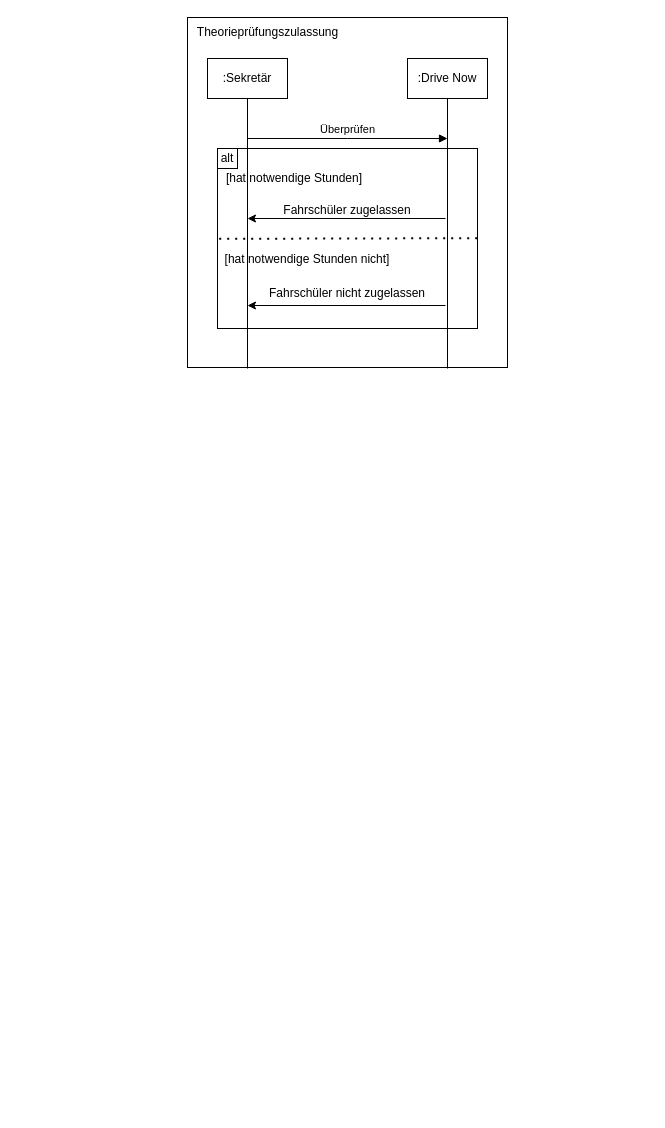
Earlier version of the draw.io diagram driveNow.drawio (DseaKu/drawIO). Source tidied: cells renumbered, new cells numbered last; positions are measured from the earlier drawing's top-left corner, leaving out a move shared by most shapes. Both pictures are drawn from the tidied source at 100%, with x=0, y=0 at pixel (187, 17).
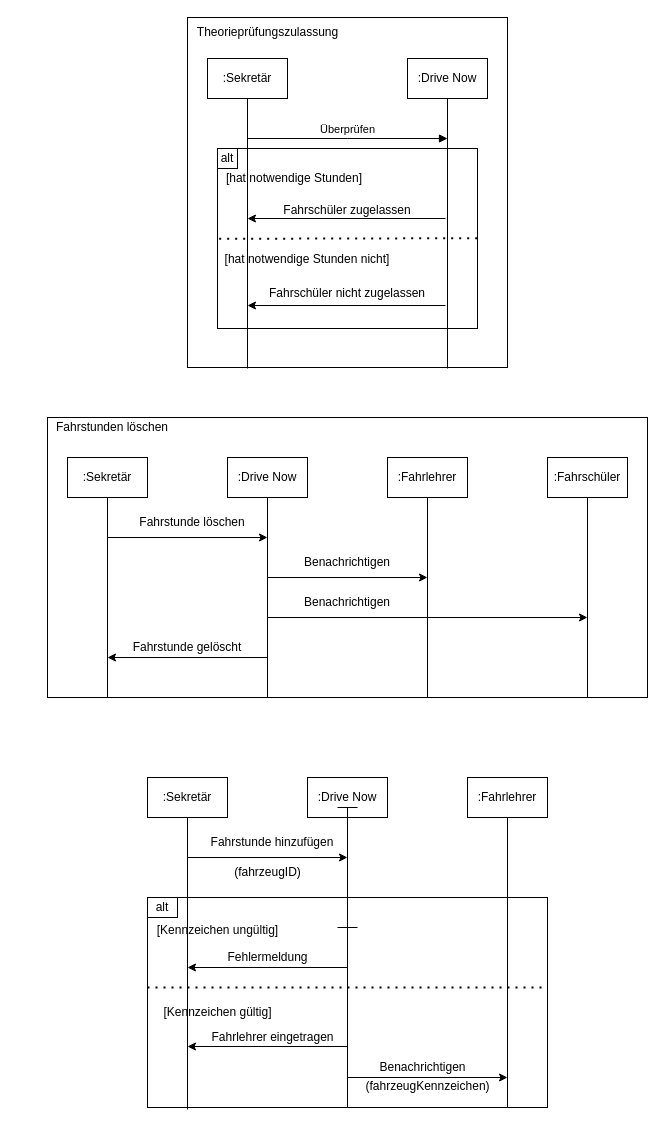
Above is the later version.

Diff of the diagram source:
```diff
@@
+    <mxCell id="19" style="rounded=0;whiteSpace=wrap;html=1;fillColor=none;" parent="1" vertex="1">
+      <mxGeometry x="-40" y="880" width="400" height="210" as="geometry" />
+    </mxCell>
@@
+    <mxCell id="20" value=":Sekretär" style="rounded=0;whiteSpace=wrap;html=1;" parent="1" vertex="1">
+      <mxGeometry x="-120" y="440" width="80" height="40" as="geometry" />
+    </mxCell>
+    <mxCell id="21" style="endArrow=none;html=1;rounded=0;entryX=0.5;entryY=1;entryDx=0;entryDy=0;" parent="1" edge="1" target="20">
+      <mxGeometry relative="1" as="geometry">
+        <mxPoint x="-80" y="680" as="sourcePoint" />
+      </mxGeometry>
+    </mxCell>
+    <mxCell id="22" value=":Drive Now" style="rounded=0;whiteSpace=wrap;html=1;" parent="1" vertex="1">
+      <mxGeometry x="40" y="440" width="80" height="40" as="geometry" />
+    </mxCell>
+    <mxCell id="23" style="endArrow=none;html=1;rounded=0;entryX=0.5;entryY=1;entryDx=0;entryDy=0;" parent="1" edge="1" target="22">
+      <mxGeometry relative="1" as="geometry">
+        <mxPoint x="80" y="680" as="sourcePoint" />
+      </mxGeometry>
+    </mxCell>
+    <mxCell id="24" value=":Fahrlehrer" style="rounded=0;whiteSpace=wrap;html=1;" parent="1" vertex="1">
+      <mxGeometry x="200" y="440" width="80" height="40" as="geometry" />
+    </mxCell>
+    <mxCell id="25" style="endArrow=none;html=1;rounded=0;entryX=0.5;entryY=1;entryDx=0;entryDy=0;" parent="1" edge="1" target="24">
+      <mxGeometry relative="1" as="geometry">
+        <mxPoint x="240" y="680" as="sourcePoint" />
+      </mxGeometry>
+    </mxCell>
+    <mxCell id="26" value=":Fahrschüler" style="rounded=0;whiteSpace=wrap;html=1;" parent="1" vertex="1">
+      <mxGeometry x="360" y="440" width="80" height="40" as="geometry" />
+    </mxCell>
+    <mxCell id="27" style="endArrow=none;html=1;rounded=0;entryX=0.5;entryY=1;entryDx=0;entryDy=0;" parent="1" edge="1" target="26">
+      <mxGeometry relative="1" as="geometry">
+        <mxPoint x="400" y="680" as="sourcePoint" />
+      </mxGeometry>
+    </mxCell>
+    <mxCell id="28" style="endArrow=classic;html=1;rounded=0;" parent="1" edge="1">
+      <mxGeometry relative="1" as="geometry">
+        <mxPoint x="-80" y="520" as="sourcePoint" />
+        <mxPoint x="80" y="520" as="targetPoint" />
+      </mxGeometry>
+    </mxCell>
+    <mxCell id="29" style="endArrow=classic;html=1;rounded=0;" parent="1" edge="1">
+      <mxGeometry relative="1" as="geometry">
+        <mxPoint x="80" y="560" as="sourcePoint" />
+        <mxPoint x="240" y="560" as="targetPoint" />
+      </mxGeometry>
+    </mxCell>
+    <mxCell id="30" style="endArrow=classic;html=1;rounded=0;" parent="1" edge="1">
+      <mxGeometry relative="1" as="geometry">
+        <mxPoint x="80" y="600" as="sourcePoint" />
+        <mxPoint x="400" y="600" as="targetPoint" />
+      </mxGeometry>
+    </mxCell>
+    <mxCell id="31" style="endArrow=classic;html=1;rounded=0;" parent="1" edge="1">
+      <mxGeometry relative="1" as="geometry">
+        <mxPoint x="80" y="640" as="sourcePoint" />
+        <mxPoint x="-80" y="640" as="targetPoint" />
+      </mxGeometry>
+    </mxCell>
+    <mxCell id="32" style="rounded=0;whiteSpace=wrap;html=1;fillColor=none;" parent="1" vertex="1">
+      <mxGeometry x="-140" y="400" width="600" height="280" as="geometry" />
+    </mxCell>
+    <mxCell id="33" value="Fahrstunden löschen" style="text;html=1;strokeColor=none;fillColor=none;align=center;verticalAlign=middle;whiteSpace=wrap;rounded=0;" parent="1" vertex="1">
+      <mxGeometry x="-170" y="400" width="190" height="19" as="geometry" />
+    </mxCell>
+    <mxCell id="34" value="Fahrstunde löschen" style="text;html=1;strokeColor=none;fillColor=none;align=center;verticalAlign=middle;whiteSpace=wrap;rounded=0;" parent="1" vertex="1">
+      <mxGeometry x="-150" y="490" width="310" height="30" as="geometry" />
+    </mxCell>
+    <mxCell id="35" value="Benachrichtigen" style="text;html=1;strokeColor=none;fillColor=none;align=center;verticalAlign=middle;whiteSpace=wrap;rounded=0;" parent="1" vertex="1">
+      <mxGeometry x="5" y="530" width="310" height="30" as="geometry" />
+    </mxCell>
+    <mxCell id="36" value="Benachrichtigen" style="text;html=1;strokeColor=none;fillColor=none;align=center;verticalAlign=middle;whiteSpace=wrap;rounded=0;" parent="1" vertex="1">
+      <mxGeometry x="5" y="570" width="310" height="30" as="geometry" />
+    </mxCell>
+    <mxCell id="37" value="Fahrstunde gelöscht" style="text;html=1;strokeColor=none;fillColor=none;align=center;verticalAlign=middle;whiteSpace=wrap;rounded=0;" parent="1" vertex="1">
+      <mxGeometry x="-90" y="620" width="180" height="20" as="geometry" />
+    </mxCell>
+    <mxCell id="38" value=":Sekretär" style="rounded=0;whiteSpace=wrap;html=1;" parent="1" vertex="1">
+      <mxGeometry x="-40" y="760" width="80" height="40" as="geometry" />
+    </mxCell>
+    <mxCell id="39" style="endArrow=none;html=1;rounded=0;entryX=0.5;entryY=1;entryDx=0;entryDy=0;exitX=0.1;exitY=1.009;exitDx=0;exitDy=0;exitPerimeter=0;" parent="1" edge="1" source="19" target="38">
+      <mxGeometry relative="1" as="geometry" />
+    </mxCell>
+    <mxCell id="40" value=":Drive Now" style="rounded=0;whiteSpace=wrap;html=1;" parent="1" vertex="1">
+      <mxGeometry x="120" y="760" width="80" height="40" as="geometry" />
+    </mxCell>
+    <mxCell id="41" style="endArrow=none;html=1;rounded=0;entryX=0.5;entryY=1;entryDx=0;entryDy=0;exitX=0.5;exitY=1;exitDx=0;exitDy=0;" parent="1" edge="1" source="19" target="40">
+      <mxGeometry relative="1" as="geometry" />
+    </mxCell>
+    <mxCell id="42" value=":Fahrlehrer" style="rounded=0;whiteSpace=wrap;html=1;" parent="1" vertex="1">
+      <mxGeometry x="280" y="760" width="80" height="40" as="geometry" />
+    </mxCell>
+    <mxCell id="43" style="endArrow=none;html=1;rounded=0;entryX=0.5;entryY=1;entryDx=0;entryDy=0;" parent="1" edge="1" target="42">
+      <mxGeometry relative="1" as="geometry">
+        <mxPoint x="320" y="1090" as="sourcePoint" />
+      </mxGeometry>
+    </mxCell>
+    <mxCell id="44" style="endArrow=classic;html=1;rounded=0;" parent="1" edge="1">
+      <mxGeometry relative="1" as="geometry">
+        <mxPoint y="840" as="sourcePoint" />
+        <mxPoint x="160" y="840" as="targetPoint" />
+      </mxGeometry>
+    </mxCell>
+    <mxCell id="45" value="Fahrstunde hinzufügen" style="text;html=1;strokeColor=none;fillColor=none;align=center;verticalAlign=middle;whiteSpace=wrap;rounded=0;" parent="1" vertex="1">
+      <mxGeometry x="-70" y="810" width="310" height="30" as="geometry" />
+    </mxCell>
+    <mxCell id="46" value="(fahrzeugID)" style="text;html=1;align=center;verticalAlign=middle;strokeColor=none;fillColor=none;" parent="1" vertex="1">
+      <mxGeometry x="35" y="840" width="90" height="30" as="geometry" />
+    </mxCell>
+    <mxCell id="47" value="alt" style="whiteSpace=wrap;html=1;fillColor=none;" parent="1" vertex="1">
+      <mxGeometry x="-40" y="880" width="30" height="20" as="geometry" />
+    </mxCell>
+    <mxCell id="48" value="[Kennzeichen ungültig]" style="text;html=1;align=center;verticalAlign=middle;strokeColor=none;fillColor=none;" parent="1" vertex="1">
+      <mxGeometry x="-40" y="898" width="140" height="30" as="geometry" />
+    </mxCell>
+    <mxCell id="49" style="endArrow=classic;html=1;rounded=0;" parent="1" edge="1">
+      <mxGeometry relative="1" as="geometry">
+        <mxPoint x="160" y="950" as="sourcePoint" />
+        <mxPoint y="950" as="targetPoint" />
+      </mxGeometry>
+    </mxCell>
+    <mxCell id="50" value="Fehlermeldung" style="text;html=1;align=center;verticalAlign=middle;strokeColor=none;fillColor=none;" parent="1" vertex="1">
+      <mxGeometry x="30" y="925" width="100" height="30" as="geometry" />
+    </mxCell>
+    <mxCell id="51" style="endArrow=none;dashed=1;html=1;dashPattern=1 3;strokeWidth=2;rounded=0;exitX=0;exitY=0.5;exitDx=0;exitDy=0;entryX=1;entryY=0.5;entryDx=0;entryDy=0;" parent="1" edge="1">
+      <mxGeometry relative="1" as="geometry">
+        <mxPoint x="-40" y="970" as="sourcePoint" />
+        <mxPoint x="360" y="970" as="targetPoint" />
+      </mxGeometry>
+    </mxCell>
+    <mxCell id="52" value="[Kennzeichen gültig]" style="text;html=1;align=center;verticalAlign=middle;strokeColor=none;fillColor=none;" parent="1" vertex="1">
+      <mxGeometry x="-35" y="980" width="130" height="30" as="geometry" />
+    </mxCell>
+    <mxCell id="53" style="endArrow=classic;html=1;rounded=0;" parent="1" edge="1">
+      <mxGeometry relative="1" as="geometry">
+        <mxPoint x="160" y="1029" as="sourcePoint" />
+        <mxPoint y="1029" as="targetPoint" />
+      </mxGeometry>
+    </mxCell>
+    <mxCell id="54" value="Fahrlehrer eingetragen" style="text;html=1;align=center;verticalAlign=middle;strokeColor=none;fillColor=none;" parent="1" vertex="1">
+      <mxGeometry x="10" y="1005" width="150" height="30" as="geometry" />
+    </mxCell>
+    <mxCell id="55" style="shape=crossbar;whiteSpace=wrap;html=1;rounded=1;direction=south;" parent="1" vertex="1">
+      <mxGeometry x="150" y="790" width="20" height="120" as="geometry" />
+    </mxCell>
+    <mxCell id="56" style="endArrow=classic;html=1;rounded=0;" parent="1" edge="1">
+      <mxGeometry relative="1" as="geometry">
+        <mxPoint x="160" y="1060" as="sourcePoint" />
+        <mxPoint x="320" y="1060" as="targetPoint" />
+      </mxGeometry>
+    </mxCell>
+    <mxCell id="57" value="Benachrichtigen" style="text;html=1;align=center;verticalAlign=middle;strokeColor=none;fillColor=none;" parent="1" vertex="1">
+      <mxGeometry x="180" y="1035" width="110" height="30" as="geometry" />
+    </mxCell>
+    <mxCell id="58" value="(fahrzeugKennzeichen)" style="text;html=1;align=center;verticalAlign=middle;strokeColor=none;fillColor=none;" parent="1" vertex="1">
+      <mxGeometry x="165" y="1054" width="150" height="30" as="geometry" />
+    </mxCell>
```
